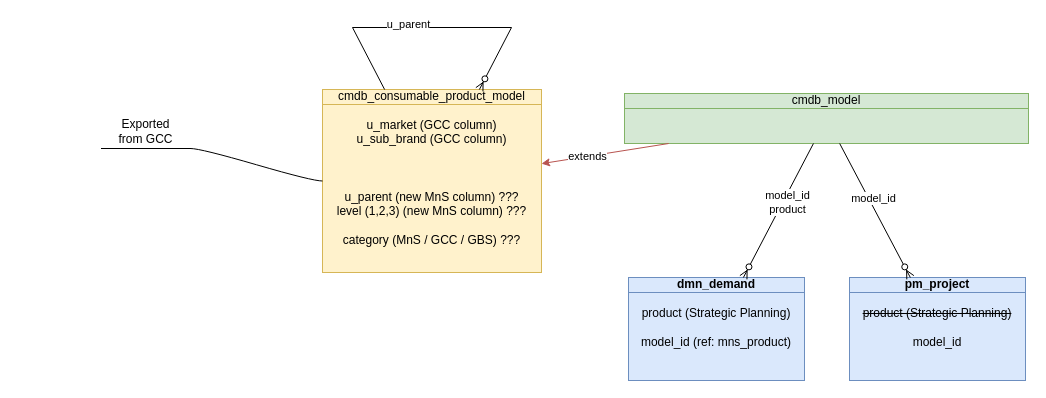
Before: page "start" (2 of 6) of JTI_product.drawio in algimas/tmp, a draw.io diagram. Source tidied: cells renumbered, new cells numbered last; positions are measured from the earlier drawing's top-left corner, leaving out a move shared by most shapes. Both pictures are drawn from the tidied source at 100%, with x=0, y=0 at pixel (101, 27).
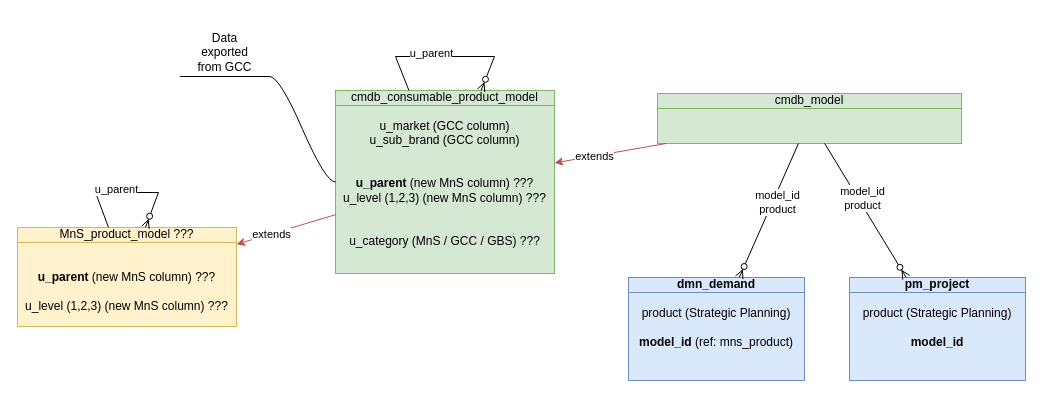
The same diagram, later.

Unchanged cells that the change refers to:
```xml
<mxCell id="12" style="fontSize=12;html=1;endArrow=ERzeroToMany;endFill=1;rounded=0;" parent="1" edge="1" source="3" target="9">
  <mxGeometry relative="1" as="geometry" />
</mxCell>
```

What changed in the source:
```diff
@@
-    <mxCell id="2" value="&lt;div&gt;cmdb_consumable_product_model&lt;/div&gt;&lt;div&gt;&lt;br&gt;&lt;/div&gt;&lt;div&gt;u_market (GCC column)&lt;/div&gt;&lt;div&gt;u_sub_brand (GCC column)&lt;/div&gt;&lt;div&gt;&lt;br&gt;&lt;/div&gt;&lt;div&gt;&lt;br&gt;&lt;/div&gt;&lt;div&gt;&lt;br&gt;&lt;/div&gt;&lt;div&gt;u_parent (new MnS column) ???&lt;/div&gt;&lt;div&gt;level (1,2,3) (new MnS column) ???&lt;/div&gt;&lt;div&gt;&lt;br&gt;&lt;/div&gt;&lt;div&gt;category (MnS / GCC / GBS) ???&lt;/div&gt;" style="html=1;outlineConnect=0;whiteSpace=wrap;fillColor=#fff2cc;shape=mxgraph.archimate3.businessObject;overflow=fill;strokeColor=#d6b656;" parent="1" vertex="1">
-      <mxGeometry x="221" y="62" width="219" height="183" as="geometry" />
+    <mxCell id="2" value="&lt;div&gt;cmdb_consumable_product_model&lt;/div&gt;&lt;div&gt;&lt;br&gt;&lt;/div&gt;&lt;div&gt;u_market (GCC column)&lt;/div&gt;&lt;div&gt;u_sub_brand (GCC column)&lt;/div&gt;&lt;div&gt;&lt;br&gt;&lt;/div&gt;&lt;div&gt;&lt;br&gt;&lt;/div&gt;&lt;div&gt;&lt;span style=&quot;color: rgb(255, 51, 51);&quot;&gt;&lt;span style=&quot;color: rgb(255, 51, 51);&quot;&gt;&lt;span style=&quot;color: light-dark(rgb(255, 51, 51), rgb(237, 237, 237));&quot;&gt;&lt;span style=&quot;color: light-dark(rgb(0, 0, 0), rgb(237, 237, 237));&quot;&gt;&lt;b&gt;u_parent&lt;/b&gt;&lt;/span&gt;&lt;/span&gt;&lt;/span&gt;&lt;/span&gt; (new MnS column) ???&lt;/div&gt;&lt;div&gt;u_level (1,2,3) (new MnS column) ???&lt;/div&gt;&lt;div&gt;&lt;br&gt;&lt;/div&gt;&lt;div&gt;&lt;br&gt;&lt;/div&gt;&lt;div&gt;u_category (MnS / GCC / GBS) ???&lt;/div&gt;" style="html=1;outlineConnect=0;whiteSpace=wrap;fillColor=#d5e8d4;shape=mxgraph.archimate3.businessObject;overflow=fill;strokeColor=#82b366;" parent="1" vertex="1">
+      <mxGeometry x="234" y="63" width="219" height="183" as="geometry" />
     </mxCell>
     <mxCell id="3" value="cmdb_model" style="html=1;outlineConnect=0;whiteSpace=wrap;fillColor=#d5e8d4;shape=mxgraph.archimate3.businessObject;overflow=fill;strokeColor=#82b366;" parent="1" vertex="1">
-      <mxGeometry x="523" y="66" width="404" height="50" as="geometry" />
+      <mxGeometry x="556" y="66" width="304" height="50" as="geometry" />
     </mxCell>
@@
-    <mxCell id="6" value="&lt;div&gt;&lt;b&gt;dmn_demand&lt;/b&gt;&lt;/div&gt;&lt;div&gt;&lt;br&gt;&lt;/div&gt;&lt;div&gt;product (Strategic Planning)&lt;/div&gt;&lt;div&gt;&lt;br&gt;&lt;/div&gt;&lt;div&gt;model_id (ref: mns_product)&lt;/div&gt;&lt;div&gt;&lt;br&gt;&lt;/div&gt;&lt;div&gt;&lt;br&gt;&lt;/div&gt;" style="html=1;outlineConnect=0;whiteSpace=wrap;fillColor=#dae8fc;shape=mxgraph.archimate3.businessObject;overflow=fill;strokeColor=#6c8ebf;" parent="1" vertex="1">
+    <mxCell id="6" value="&lt;div&gt;&lt;b&gt;dmn_demand&lt;/b&gt;&lt;/div&gt;&lt;div&gt;&lt;br&gt;&lt;/div&gt;&lt;div&gt;product (Strategic Planning)&lt;/div&gt;&lt;div&gt;&lt;br&gt;&lt;/div&gt;&lt;div&gt;&lt;b&gt;model_id&lt;/b&gt; (ref: mns_product)&lt;/div&gt;&lt;div&gt;&lt;br&gt;&lt;/div&gt;&lt;div&gt;&lt;br&gt;&lt;/div&gt;" style="html=1;outlineConnect=0;whiteSpace=wrap;fillColor=#dae8fc;shape=mxgraph.archimate3.businessObject;overflow=fill;strokeColor=#6c8ebf;" parent="1" vertex="1">
       <mxGeometry x="527" y="250" width="176" height="103" as="geometry" />
     </mxCell>
@@
-    <mxCell id="9" value="&lt;div&gt;&lt;b&gt;pm_project&lt;/b&gt;&lt;/div&gt;&lt;div&gt;&lt;br&gt;&lt;/div&gt;&lt;div&gt;&lt;div&gt;&lt;strike&gt;product (Strategic Planning)&lt;/strike&gt;&lt;/div&gt;&lt;div&gt;&lt;strike&gt;&lt;br&gt;&lt;/strike&gt;&lt;/div&gt;&lt;div&gt;model_id&lt;/div&gt;&lt;div&gt;&lt;br&gt;&lt;/div&gt;&lt;div&gt;&lt;br&gt;&lt;/div&gt;&lt;br&gt;&lt;/div&gt;" style="html=1;outlineConnect=0;whiteSpace=wrap;fillColor=#dae8fc;shape=mxgraph.archimate3.businessObject;overflow=fill;strokeColor=#6c8ebf;" parent="1" vertex="1">
+    <mxCell id="9" value="&lt;div&gt;&lt;b&gt;pm_project&lt;/b&gt;&lt;/div&gt;&lt;div&gt;&lt;br&gt;&lt;/div&gt;&lt;div&gt;&lt;div&gt;product (Strategic Planning)&lt;/div&gt;&lt;div&gt;&lt;strike&gt;&lt;br&gt;&lt;/strike&gt;&lt;/div&gt;&lt;div&gt;&lt;b&gt;model_id&lt;/b&gt;&lt;/div&gt;&lt;div&gt;&lt;br&gt;&lt;/div&gt;&lt;div&gt;&lt;br&gt;&lt;/div&gt;&lt;br&gt;&lt;/div&gt;" style="html=1;outlineConnect=0;whiteSpace=wrap;fillColor=#dae8fc;shape=mxgraph.archimate3.businessObject;overflow=fill;strokeColor=#6c8ebf;" parent="1" vertex="1">
       <mxGeometry x="748" y="250" width="176" height="103" as="geometry" />
     </mxCell>
-    <mxCell id="10" value="&lt;div&gt;Exported&lt;/div&gt;&lt;div&gt;from GCC&lt;/div&gt;" style="whiteSpace=wrap;html=1;shape=partialRectangle;top=0;left=0;bottom=1;right=0;points=[[0,1],[1,1]];fillColor=none;align=center;verticalAlign=bottom;routingCenterY=0.5;snapToPoint=1;newEdgeStyle={&quot;edgeStyle&quot;:&quot;entityRelationEdgeStyle&quot;,&quot;startArrow&quot;:&quot;none&quot;,&quot;endArrow&quot;:&quot;none&quot;,&quot;segment&quot;:10,&quot;curved&quot;:1,&quot;sourcePerimeterSpacing&quot;:0,&quot;targetPerimeterSpacing&quot;:0};" parent="1" vertex="1">
-      <mxGeometry y="80" width="89" height="41" as="geometry" />
+    <mxCell id="10" value="Data &lt;br&gt;&lt;div&gt;exported&lt;/div&gt;&lt;div&gt;from GCC&lt;/div&gt;" style="whiteSpace=wrap;html=1;shape=partialRectangle;top=0;left=0;bottom=1;right=0;points=[[0,1],[1,1]];fillColor=none;align=center;verticalAlign=bottom;routingCenterY=0.5;snapToPoint=1;newEdgeStyle={&quot;edgeStyle&quot;:&quot;entityRelationEdgeStyle&quot;,&quot;startArrow&quot;:&quot;none&quot;,&quot;endArrow&quot;:&quot;none&quot;,&quot;segment&quot;:10,&quot;curved&quot;:1,&quot;sourcePerimeterSpacing&quot;:0,&quot;targetPerimeterSpacing&quot;:0};" parent="1" vertex="1">
+      <mxGeometry x="79" y="-6" width="89" height="55" as="geometry" />
     </mxCell>
@@
-    <mxCell id="13" value="model_id" style="edgeLabel;html=1;align=center;verticalAlign=middle;" parent="12" vertex="1">
+    <mxCell id="13" value="&lt;div&gt;model_id&lt;/div&gt;product" style="edgeLabel;html=1;align=center;verticalAlign=middle;" parent="12" vertex="1">
       <mxGeometry x="-0.16" y="4" relative="1" as="geometry" />
     </mxCell>
     <mxCell id="14" style="fontSize=12;html=1;endArrow=ERzeroToMany;endFill=1;rounded=0;" parent="1" edge="1" source="2" target="2">
       <mxGeometry relative="1" as="geometry">
         <Array as="points">
-          <mxPoint x="410" />
+          <mxPoint x="294" y="29" />
         </Array>
       </mxGeometry>
     </mxCell>
@@
+    <mxCell id="16" value="MnS_product_model ???&lt;div&gt;&lt;br&gt;&lt;/div&gt;&lt;br&gt;&lt;div&gt;&lt;b&gt;u_parent&lt;/b&gt; (new MnS column) ???&lt;/div&gt;&lt;div&gt;&lt;br&gt;&lt;/div&gt;&lt;div&gt;u_level (1,2,3) (new MnS column) ???&lt;/div&gt;" style="html=1;outlineConnect=0;whiteSpace=wrap;fillColor=#fff2cc;shape=mxgraph.archimate3.businessObject;overflow=fill;strokeColor=#d6b656;" parent="1" vertex="1">
+      <mxGeometry x="-84" y="200" width="219" height="99" as="geometry" />
+    </mxCell>
+    <mxCell id="17" style="endArrow=classic;html=1;rounded=0;fillColor=#f8cecc;strokeColor=#b85450;" parent="1" edge="1" source="2" target="16">
+      <mxGeometry relative="1" as="geometry" />
+    </mxCell>
+    <mxCell id="18" value="extends" style="edgeLabel;html=1;align=center;verticalAlign=middle;" parent="17" vertex="1">
+      <mxGeometry x="0.29" relative="1" as="geometry" />
+    </mxCell>
+    <mxCell id="19" style="fontSize=12;html=1;endArrow=ERzeroToMany;endFill=1;rounded=0;" parent="1" edge="1" source="16" target="16">
+      <mxGeometry relative="1" as="geometry">
+        <Array as="points">
+          <mxPoint x="-6" y="165" />
+        </Array>
+      </mxGeometry>
+    </mxCell>
+    <mxCell id="20" value="u_parent" style="edgeLabel;html=1;align=center;verticalAlign=middle;" parent="19" vertex="1">
+      <mxGeometry x="-0.16" y="4" relative="1" as="geometry" />
+    </mxCell>
```
